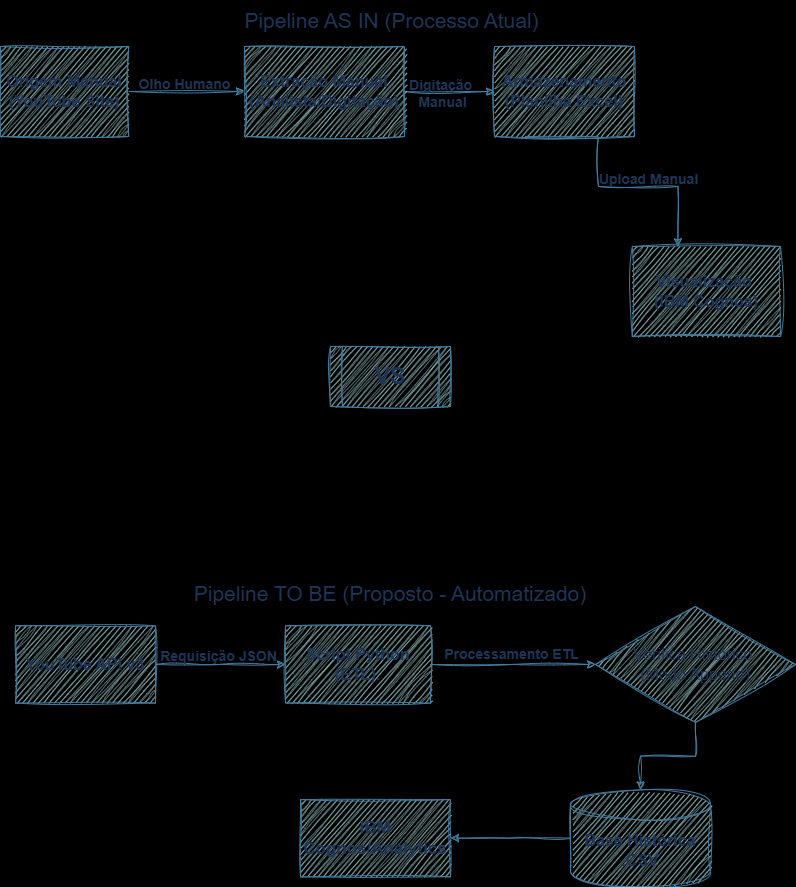
Before: assets/Pipeline_Youtube_Final_v2.png, a diagram exported from draw.io (GideaoCorin/youtube-data-pipeline). Source tidied: cells renumbered, new cells last; positions are measured from the earlier drawing's top-left corner, leaving out a move shared by most shapes.
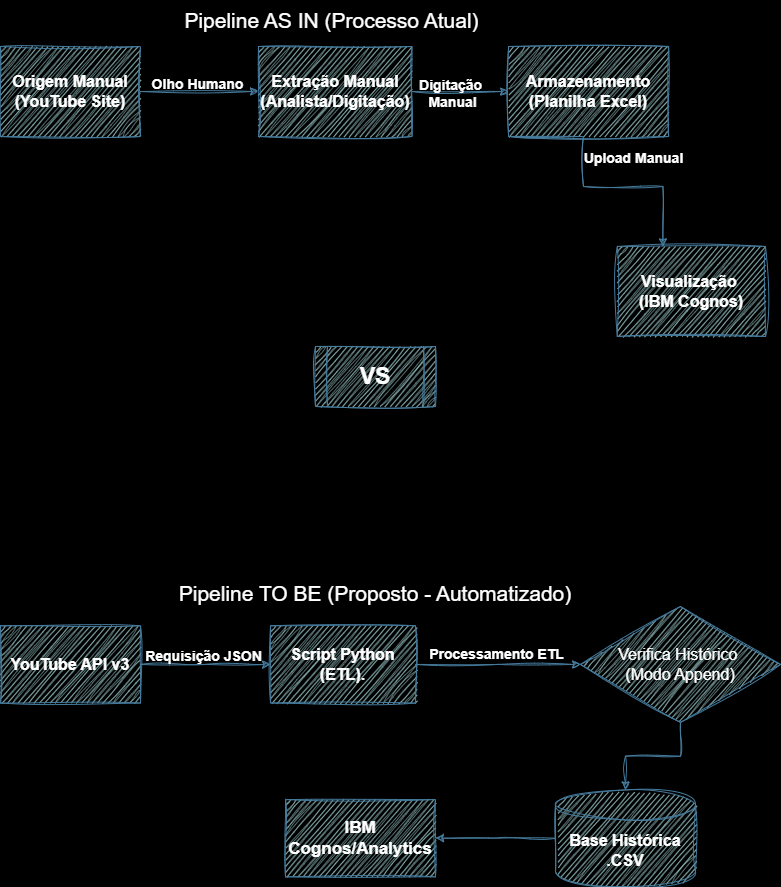
After the commit.

Diff of the diagram source:
```diff
@@ -2,78 +2,78 @@
   <root>
     <mxCell id="0" />
     <mxCell id="1" parent="0" />
-    <mxCell id="2" value="&lt;span style=&quot;line-height: 190%;&quot;&gt;Pipeline AS IN (Processo Atual)&lt;/span&gt;" style="group;spacingLeft=1;align=center;labelPosition=center;verticalLabelPosition=top;verticalAlign=bottom;html=1;labelBackgroundColor=none;sketch=1;curveFitting=1;jiggle=2;rounded=0;fontColor=light-dark(#1D3557,#FFFFFF);fontSize=21;spacingBottom=3;fontStyle=0;" parent="1" vertex="1">
-      <mxGeometry width="780" height="90" as="geometry" />
+    <mxCell id="2" value="&lt;span style=&quot;line-height: 190%;&quot;&gt;Pipeline AS IN (Processo Atual)&lt;/span&gt;" style="group;spacingLeft=1;align=center;labelPosition=center;verticalLabelPosition=top;verticalAlign=bottom;html=1;labelBackgroundColor=none;sketch=1;curveFitting=1;jiggle=2;rounded=0;fontColor=light-dark(#FFFFFF,#FFFFFF);fontSize=21;spacingBottom=3;fontStyle=0;" parent="1" vertex="1">
+      <mxGeometry x="15" width="660" height="90" as="geometry" />
     </mxCell>
-    <mxCell id="3" value="Origem Manual (YouTube Site)" style="rounded=0;whiteSpace=wrap;html=1;fontSize=16;labelBackgroundColor=none;sketch=1;curveFitting=1;jiggle=2;fillColor=#A8DADC;strokeColor=#457B9D;fontColor=light-dark(#1D3557,#FFFFFF);fontStyle=1;" parent="2" vertex="1">
-      <mxGeometry width="128.2" height="90" as="geometry" />
+    <mxCell id="3" value="Origem Manual (YouTube Site)" style="rounded=0;whiteSpace=wrap;html=1;fontSize=16;labelBackgroundColor=none;sketch=1;curveFitting=1;jiggle=2;fillColor=#A8DADC;strokeColor=#457B9D;fontColor=light-dark(#FFFFFF,#FFFFFF);fontStyle=1;" parent="2" vertex="1">
+      <mxGeometry width="140" height="90" as="geometry" />
     </mxCell>
-    <mxCell id="4" style="group;labelBackgroundColor=none;sketch=1;curveFitting=1;jiggle=2;rounded=0;fontColor=#1D3557;" parent="2" vertex="1">
-      <mxGeometry x="234" y="30" width="555.6" height="60" as="geometry" />
+    <mxCell id="4" style="group;labelBackgroundColor=none;sketch=1;curveFitting=1;jiggle=2;rounded=0;fontColor=light-dark(#FFFFFF,#FFFFFF);" parent="2" vertex="1">
+      <mxGeometry x="198" y="30" width="470.1" height="60" as="geometry" />
     </mxCell>
-    <mxCell id="5" style="edgeStyle=orthogonalEdgeStyle;rounded=0;jettySize=auto;html=1;labelBackgroundColor=none;fontColor=light-dark(#1D3557,#FFFFFF);sketch=1;curveFitting=1;jiggle=2;strokeColor=#457B9D;fontStyle=1;" parent="4" edge="1" source="7" target="8">
+    <mxCell id="5" style="edgeStyle=orthogonalEdgeStyle;rounded=0;jettySize=auto;html=1;labelBackgroundColor=none;fontColor=light-dark(#FFFFFF,#FFFFFF);sketch=1;curveFitting=1;jiggle=2;strokeColor=#457B9D;fontStyle=1;" parent="4" edge="1" source="7" target="8">
       <mxGeometry relative="1" as="geometry" />
     </mxCell>
-    <mxCell id="6" value="Digitação&amp;nbsp;&lt;div&gt;Manual&lt;/div&gt;" style="edgeLabel;html=1;align=center;verticalAlign=middle;fontSize=14;labelBackgroundColor=none;sketch=1;curveFitting=1;jiggle=2;rounded=0;fontColor=light-dark(#1D3557,#FFFFFF);fontStyle=1;" parent="5" vertex="1">
+    <mxCell id="6" value="Digitação&amp;nbsp;&lt;div&gt;Manual&lt;/div&gt;" style="edgeLabel;html=1;align=center;verticalAlign=middle;fontSize=14;labelBackgroundColor=none;sketch=1;curveFitting=1;jiggle=2;rounded=0;fontColor=light-dark(#FFFFFF,#FFFFFF);fontStyle=1;" parent="5" vertex="1">
       <mxGeometry x="-0.18" y="-1" relative="1" as="geometry" />
     </mxCell>
-    <mxCell id="7" value="Extração Manual (Analista/Digitação)" style="rounded=0;whiteSpace=wrap;html=1;fontSize=16;labelBackgroundColor=none;sketch=1;curveFitting=1;jiggle=2;fillColor=#A8DADC;strokeColor=#457B9D;fontColor=light-dark(#1D3557,#FFFFFF);fontStyle=1;" parent="4" vertex="1">
-      <mxGeometry x="10" y="-30" width="160" height="90" as="geometry" />
+    <mxCell id="7" value="Extração Manual (Analista/Digitação)" style="rounded=0;whiteSpace=wrap;html=1;fontSize=16;labelBackgroundColor=none;sketch=1;curveFitting=1;jiggle=2;fillColor=#A8DADC;strokeColor=#457B9D;fontColor=light-dark(#FFFFFF,#FFFFFF);fontStyle=1;" parent="4" vertex="1">
+      <mxGeometry x="60" y="-30" width="153.5" height="90" as="geometry" />
     </mxCell>
-    <mxCell id="8" value="Armazenamento (Planilha Excel)" style="rounded=0;whiteSpace=wrap;html=1;fontSize=16;labelBackgroundColor=none;sketch=1;curveFitting=1;jiggle=2;fillColor=#A8DADC;strokeColor=#457B9D;fontColor=light-dark(#1D3557,#FFFFFF);fontStyle=1;" parent="4" vertex="1">
-      <mxGeometry x="260" y="-30" width="140" height="90" as="geometry" />
+    <mxCell id="8" value="Armazenamento (Planilha Excel)" style="rounded=0;whiteSpace=wrap;html=1;fontSize=16;labelBackgroundColor=none;sketch=1;curveFitting=1;jiggle=2;fillColor=#A8DADC;strokeColor=#457B9D;fontColor=light-dark(#FFFFFF,#FFFFFF);fontStyle=1;" parent="4" vertex="1">
+      <mxGeometry x="310.1" y="-30" width="160" height="90" as="geometry" />
     </mxCell>
-    <mxCell id="9" style="edgeStyle=orthogonalEdgeStyle;rounded=0;jettySize=auto;html=1;labelBackgroundColor=none;fontColor=light-dark(#1D3557,#FFFFFF);sketch=1;curveFitting=1;jiggle=2;strokeColor=#457B9D;fontStyle=1;" parent="2" edge="1" source="3" target="7">
+    <mxCell id="9" style="edgeStyle=orthogonalEdgeStyle;rounded=0;jettySize=auto;html=1;labelBackgroundColor=none;fontColor=light-dark(#FFFFFF,#FFFFFF);sketch=1;curveFitting=1;jiggle=2;strokeColor=#457B9D;fontStyle=1;" parent="2" edge="1" source="3" target="7">
       <mxGeometry relative="1" as="geometry" />
     </mxCell>
-    <mxCell id="10" value="Olho Humano" style="edgeLabel;html=1;align=center;verticalAlign=middle;fontSize=14;labelBackgroundColor=none;sketch=1;curveFitting=1;jiggle=2;rounded=0;fontColor=light-dark(#1D3557,#FFFFFF);spacingBottom=20;fontStyle=1;" parent="9" vertex="1">
+    <mxCell id="10" value="Olho Humano" style="edgeLabel;html=1;align=center;verticalAlign=middle;fontSize=14;labelBackgroundColor=none;sketch=1;curveFitting=1;jiggle=2;rounded=0;fontColor=light-dark(#FFFFFF,#FFFFFF);spacingBottom=20;fontStyle=1;" parent="9" vertex="1">
       <mxGeometry x="-0.05" y="-2" relative="1" as="geometry" />
     </mxCell>
-    <mxCell id="11" value="Pipeline TO BE (Proposto - Automatizado)" style="group;fontSize=21;labelPosition=center;verticalLabelPosition=top;align=center;verticalAlign=bottom;labelBackgroundColor=none;sketch=1;curveFitting=1;jiggle=2;rounded=0;fontColor=light-dark(#1D3557,#FFFFFF);spacingTop=3;fontStyle=0;" parent="1" vertex="1">
+    <mxCell id="11" value="Pipeline TO BE (Proposto - Automatizado)" style="group;fontSize=21;labelPosition=center;verticalLabelPosition=top;align=center;verticalAlign=bottom;labelBackgroundColor=none;sketch=1;curveFitting=1;jiggle=2;rounded=0;fontColor=light-dark(#FFFFFF,#FFFFFF);spacingTop=3;fontStyle=0;" parent="1" vertex="1">
       <mxGeometry x="40" y="560" width="700" height="280" as="geometry" />
     </mxCell>
-    <mxCell id="12" style="edgeStyle=orthogonalEdgeStyle;rounded=0;jettySize=auto;html=1;entryX=0;entryY=0.5;entryDx=0;entryDy=0;labelBackgroundColor=none;fontColor=light-dark(#1D3557,#FFFFFF);sketch=1;curveFitting=1;jiggle=2;strokeColor=#457B9D;fontStyle=1;" parent="11" edge="1" source="14" target="17">
+    <mxCell id="12" style="edgeStyle=orthogonalEdgeStyle;rounded=0;jettySize=auto;html=1;entryX=0;entryY=0.5;entryDx=0;entryDy=0;labelBackgroundColor=none;fontColor=light-dark(#FFFFFF,#FFFFFF);sketch=1;curveFitting=1;jiggle=2;strokeColor=#457B9D;fontStyle=1;" parent="11" edge="1" source="14" target="17">
       <mxGeometry relative="1" as="geometry" />
     </mxCell>
-    <mxCell id="13" value="Requisição JSON" style="edgeLabel;html=1;align=center;verticalAlign=middle;fontSize=14;labelBackgroundColor=none;sketch=1;curveFitting=1;jiggle=2;rounded=0;fontColor=light-dark(#1D3557,#FFFFFF);spacingTop=-16;fontStyle=1;" parent="12" vertex="1">
+    <mxCell id="13" value="Requisição JSON" style="edgeLabel;html=1;align=center;verticalAlign=middle;fontSize=14;labelBackgroundColor=none;sketch=1;curveFitting=1;jiggle=2;rounded=0;fontColor=light-dark(#FFFFFF,#FFFFFF);spacingTop=-16;fontStyle=1;" parent="12" vertex="1">
       <mxGeometry x="-0.05" relative="1" as="geometry" />
     </mxCell>
-    <mxCell id="14" value="YouTube API v3" style="rounded=0;whiteSpace=wrap;html=1;fontSize=16;labelBackgroundColor=none;sketch=1;curveFitting=1;jiggle=2;fillColor=#A8DADC;strokeColor=#457B9D;fontColor=light-dark(#1D3557,#FFFFFF);fontStyle=1;" parent="11" vertex="1">
+    <mxCell id="14" value="YouTube API v3" style="rounded=0;whiteSpace=wrap;html=1;fontSize=16;labelBackgroundColor=none;sketch=1;curveFitting=1;jiggle=2;fillColor=#A8DADC;strokeColor=#457B9D;fontColor=light-dark(#FFFFFF,#FFFFFF);fontStyle=1;" parent="11" vertex="1">
       <mxGeometry x="-25" y="19.3" width="140" height="77.2" as="geometry" />
     </mxCell>
-    <mxCell id="15" style="edgeStyle=orthogonalEdgeStyle;rounded=0;jettySize=auto;html=1;labelBackgroundColor=none;fontColor=light-dark(#1D3557,#FFFFFF);sketch=1;curveFitting=1;jiggle=2;strokeColor=#457B9D;fontStyle=1;" parent="11" edge="1" source="17" target="19">
+    <mxCell id="15" style="edgeStyle=orthogonalEdgeStyle;rounded=0;jettySize=auto;html=1;labelBackgroundColor=none;fontColor=light-dark(#FFFFFF,#FFFFFF);sketch=1;curveFitting=1;jiggle=2;strokeColor=#457B9D;fontStyle=1;" parent="11" edge="1" source="17" target="19">
       <mxGeometry relative="1" as="geometry" />
     </mxCell>
-    <mxCell id="16" value="Processamento ETL" style="edgeLabel;html=1;align=center;verticalAlign=middle;fontSize=14;labelBackgroundColor=none;sketch=1;curveFitting=1;jiggle=2;rounded=0;fontColor=light-dark(#1D3557,#FFFFFF);spacingBottom=22;fontStyle=1;" parent="15" vertex="1">
+    <mxCell id="16" value="Processamento ETL" style="edgeLabel;html=1;align=center;verticalAlign=middle;fontSize=14;labelBackgroundColor=none;sketch=1;curveFitting=1;jiggle=2;rounded=0;fontColor=light-dark(#FFFFFF,#FFFFFF);spacingBottom=22;fontStyle=1;" parent="15" vertex="1">
       <mxGeometry x="0.12" relative="1" as="geometry">
         <mxPoint x="-12" as="offset" />
       </mxGeometry>
     </mxCell>
-    <mxCell id="17" value="Script Python (ETL)." style="rounded=0;whiteSpace=wrap;html=1;fontSize=16;labelBackgroundColor=none;sketch=1;curveFitting=1;jiggle=2;fillColor=#A8DADC;strokeColor=#457B9D;fontColor=light-dark(#1D3557,#FFFFFF);fontStyle=1;" parent="11" vertex="1">
+    <mxCell id="17" value="Script Python (ETL)." style="rounded=0;whiteSpace=wrap;html=1;fontSize=16;labelBackgroundColor=none;sketch=1;curveFitting=1;jiggle=2;fillColor=#A8DADC;strokeColor=#457B9D;fontColor=light-dark(#FFFFFF,#FFFFFF);fontStyle=1;" parent="11" vertex="1">
       <mxGeometry x="245" y="19.3" width="145" height="77.2" as="geometry" />
     </mxCell>
-    <mxCell id="18" style="edgeStyle=orthogonalEdgeStyle;rounded=0;jettySize=auto;html=1;labelBackgroundColor=none;fontColor=light-dark(#1D3557,#FFFFFF);sketch=1;curveFitting=1;jiggle=2;strokeColor=#457B9D;fontStyle=1;" parent="11" edge="1" source="19" target="21">
+    <mxCell id="18" style="edgeStyle=orthogonalEdgeStyle;rounded=0;jettySize=auto;html=1;labelBackgroundColor=none;fontColor=light-dark(#FFFFFF,#FFFFFF);sketch=1;curveFitting=1;jiggle=2;strokeColor=#457B9D;fontStyle=1;" parent="11" edge="1" source="19" target="21">
       <mxGeometry relative="1" as="geometry" />
     </mxCell>
-    <mxCell id="19" value="Verifica Histórico&amp;nbsp;&lt;div&gt;(Modo Append)&lt;/div&gt;" style="rhombus;whiteSpace=wrap;html=1;fontSize=16;labelBackgroundColor=none;sketch=1;curveFitting=1;jiggle=2;rounded=0;fillColor=#A8DADC;strokeColor=#457B9D;fontColor=#1D3557;" parent="11" vertex="1">
+    <mxCell id="19" value="Verifica Histórico&amp;nbsp;&lt;div&gt;(Modo Append)&lt;/div&gt;" style="rhombus;whiteSpace=wrap;html=1;fontSize=16;labelBackgroundColor=none;sketch=1;curveFitting=1;jiggle=2;rounded=0;fillColor=#A8DADC;strokeColor=#457B9D;fontColor=light-dark(#FFFFFF,#FFFFFF);" parent="11" vertex="1">
       <mxGeometry x="555" width="200" height="115.9" as="geometry" />
     </mxCell>
-    <mxCell id="20" style="edgeStyle=orthogonalEdgeStyle;rounded=0;jettySize=auto;html=1;labelBackgroundColor=none;fontColor=light-dark(#1D3557,#FFFFFF);sketch=1;curveFitting=1;jiggle=2;strokeColor=#457B9D;fontStyle=1;" parent="11" edge="1" source="21" target="22">
+    <mxCell id="20" style="edgeStyle=orthogonalEdgeStyle;rounded=0;jettySize=auto;html=1;labelBackgroundColor=none;fontColor=light-dark(#FFFFFF,#FFFFFF);sketch=1;curveFitting=1;jiggle=2;strokeColor=#457B9D;fontStyle=1;" parent="11" edge="1" source="21" target="22">
       <mxGeometry relative="1" as="geometry" />
     </mxCell>
-    <mxCell id="21" value="&lt;font style=&quot;font-size: 16px;&quot;&gt;Base Histórica .CSV&lt;/font&gt;" style="shape=cylinder3;whiteSpace=wrap;html=1;boundedLbl=1;backgroundOutline=1;size=15;labelBackgroundColor=none;sketch=1;curveFitting=1;jiggle=2;rounded=0;fillColor=#A8DADC;strokeColor=#457B9D;fontColor=light-dark(#1D3557,#FFFFFF);fontStyle=1;" parent="11" vertex="1">
+    <mxCell id="21" value="&lt;font style=&quot;font-size: 16px;&quot;&gt;Base Histórica .CSV&lt;/font&gt;" style="shape=cylinder3;whiteSpace=wrap;html=1;boundedLbl=1;backgroundOutline=1;size=15;labelBackgroundColor=none;sketch=1;curveFitting=1;jiggle=2;rounded=0;fillColor=#A8DADC;strokeColor=#457B9D;fontColor=light-dark(#FFFFFF,#FFFFFF);fontStyle=1;" parent="11" vertex="1">
       <mxGeometry x="530" y="183.4" width="140" height="96.6" as="geometry" />
     </mxCell>
-    <mxCell id="22" value="IBM Cognos/Analytics" style="rounded=0;whiteSpace=wrap;html=1;fontSize=17;labelBackgroundColor=none;sketch=1;curveFitting=1;jiggle=2;fillColor=#A8DADC;strokeColor=#457B9D;fontColor=light-dark(#1D3557,#FFFFFF);fontStyle=1;" parent="11" vertex="1">
+    <mxCell id="22" value="IBM Cognos/Analytics" style="rounded=0;whiteSpace=wrap;html=1;fontSize=17;labelBackgroundColor=none;sketch=1;curveFitting=1;jiggle=2;fillColor=#A8DADC;strokeColor=#457B9D;fontColor=light-dark(#FFFFFF,#FFFFFF);fontStyle=1;" parent="11" vertex="1">
       <mxGeometry x="260" y="193.1" width="150" height="77.2" as="geometry" />
     </mxCell>
-    <mxCell id="23" value="&lt;font style=&quot;font-size: 23px;&quot;&gt;VS&lt;/font&gt;" style="shape=process;whiteSpace=wrap;html=1;backgroundOutline=1;labelBackgroundColor=none;sketch=1;curveFitting=1;jiggle=2;rounded=0;fillColor=#A8DADC;strokeColor=#457B9D;fontColor=light-dark(#1D3557,#FFFFFF);fontStyle=1;" parent="1" vertex="1">
+    <mxCell id="23" value="&lt;font style=&quot;font-size: 23px;&quot;&gt;VS&lt;/font&gt;" style="shape=process;whiteSpace=wrap;html=1;backgroundOutline=1;labelBackgroundColor=none;sketch=1;curveFitting=1;jiggle=2;rounded=0;fillColor=#A8DADC;strokeColor=#457B9D;fontColor=light-dark(#FFFFFF,#FFFFFF);fontStyle=1;" parent="1" vertex="1">
       <mxGeometry x="330" y="300" width="120" height="60" as="geometry" />
     </mxCell>
-    <mxCell id="24" value="Visualização&amp;nbsp;&lt;div&gt;(IBM Cognos)&lt;/div&gt;" style="rounded=0;whiteSpace=wrap;html=1;fontSize=16;labelBackgroundColor=none;sketch=1;curveFitting=1;jiggle=2;fillColor=#A8DADC;strokeColor=#457B9D;fontColor=light-dark(#1D3557,#FFFFFF);fontStyle=1;" parent="1" vertex="1">
+    <mxCell id="24" value="Visualização&amp;nbsp;&lt;div&gt;(IBM Cognos)&lt;/div&gt;" style="rounded=0;whiteSpace=wrap;html=1;fontSize=16;labelBackgroundColor=none;sketch=1;curveFitting=1;jiggle=2;fillColor=#A8DADC;strokeColor=#457B9D;fontColor=light-dark(#FFFFFF,#FFFFFF);fontStyle=1;" parent="1" vertex="1">
       <mxGeometry x="631.8" y="200" width="148.2" height="90" as="geometry" />
     </mxCell>
-    <mxCell id="25" style="edgeStyle=orthogonalEdgeStyle;rounded=0;jettySize=auto;html=1;exitX=0.25;exitY=1;exitDx=0;exitDy=0;entryX=0.308;entryY=0.004;entryDx=0;entryDy=0;entryPerimeter=0;labelBackgroundColor=none;fontColor=light-dark(#1D3557,#FFFFFF);sketch=1;curveFitting=1;jiggle=2;strokeColor=#457B9D;fontStyle=1;" parent="1" edge="1" source="8" target="24">
+    <mxCell id="25" style="edgeStyle=orthogonalEdgeStyle;rounded=0;jettySize=auto;html=1;exitX=0.25;exitY=1;exitDx=0;exitDy=0;entryX=0.308;entryY=0.004;entryDx=0;entryDy=0;entryPerimeter=0;labelBackgroundColor=none;fontColor=light-dark(#FFFFFF,#FFFFFF);sketch=1;curveFitting=1;jiggle=2;strokeColor=#457B9D;fontStyle=1;" parent="1" edge="1" source="8" target="24">
       <mxGeometry relative="1" as="geometry">
         <Array as="points">
           <mxPoint x="525" y="90" />
@@ -83,7 +83,7 @@
         </Array>
       </mxGeometry>
     </mxCell>
-    <mxCell id="26" value="Upload Manual" style="edgeLabel;html=1;align=center;verticalAlign=middle;fontSize=14;labelBackgroundColor=none;sketch=1;curveFitting=1;jiggle=2;rounded=0;fontColor=light-dark(#1D3557,#FFFFFF);spacingLeft=91;fontStyle=1;" parent="25" vertex="1">
+    <mxCell id="26" value="Upload Manual" style="edgeLabel;html=1;align=center;verticalAlign=middle;fontSize=14;labelBackgroundColor=none;sketch=1;curveFitting=1;jiggle=2;rounded=0;fontColor=light-dark(#FFFFFF,#FFFFFF);spacingLeft=91;fontStyle=1;" parent="25" vertex="1">
       <mxGeometry x="-0.19" y="1" relative="1" as="geometry">
         <mxPoint x="3" y="12" as="offset" />
       </mxGeometry>
```
